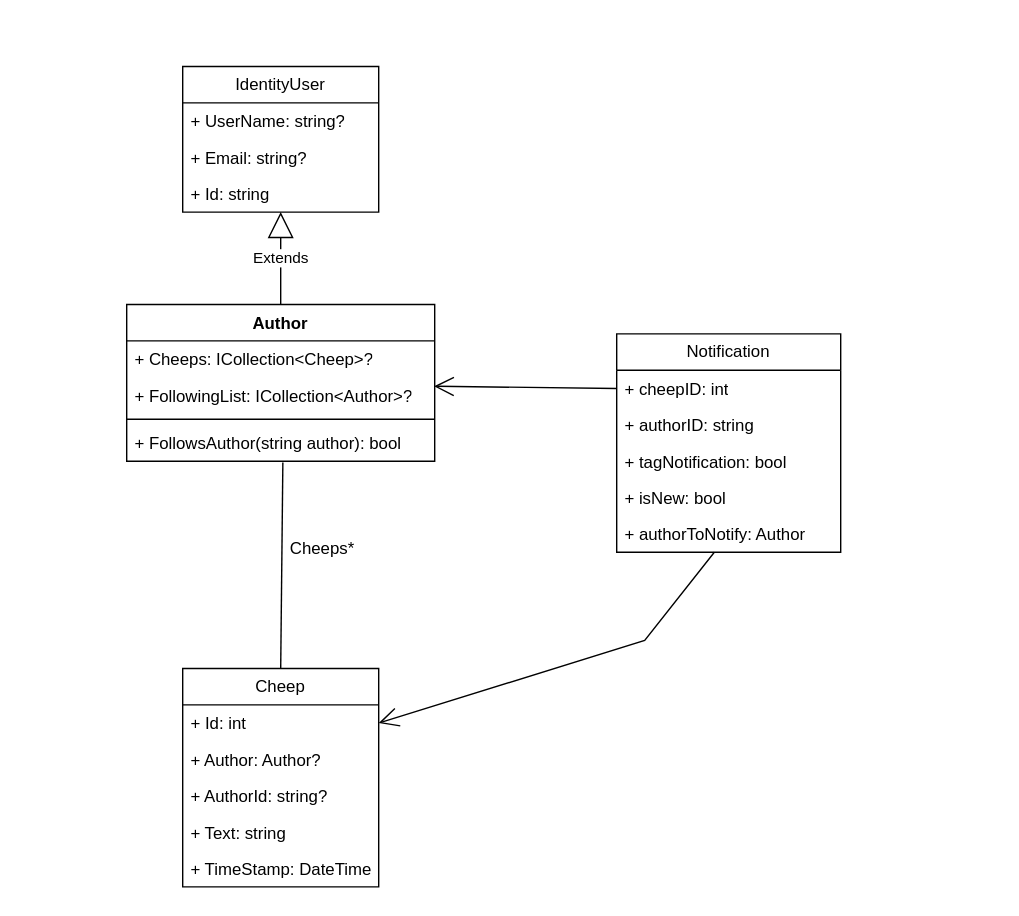
Before: docs/diagrams/domain_model_uml.drawio in ITU-BDSA2024-GROUP26/Chirp, a draw.io diagram. Source tidied: cells renumbered, new cells numbered last; positions are measured from the earlier drawing's top-left corner, leaving out a move shared by most shapes. Both pictures are drawn from the tidied source at 140%, with x=0, y=0 at pixel (126, 66).
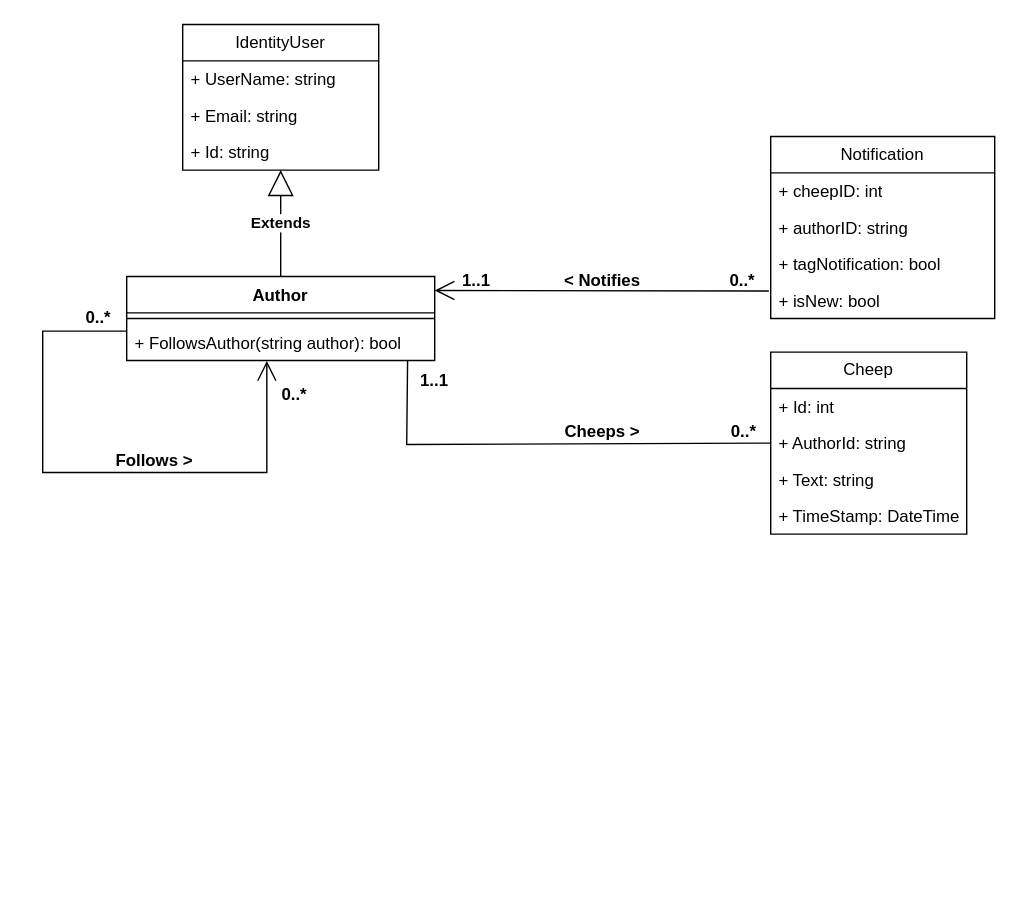
The same diagram, later.

Commit message:
Update domain model uml

The change refers to these unchanged cells:
```xml
<mxCell id="12" value="+ Id: int" style="text;strokeColor=none;fillColor=none;align=left;verticalAlign=top;spacingLeft=4;spacingRight=4;overflow=hidden;points=[[0,0.5],[1,0.5]];portConstraint=eastwest;whiteSpace=wrap;html=1;" parent="11" vertex="1">
  <mxGeometry y="26" width="140" height="26" as="geometry" />
</mxCell>
<mxCell id="21" value="+ isNew: bool" style="text;strokeColor=none;fillColor=none;align=left;verticalAlign=top;spacingLeft=4;spacingRight=4;overflow=hidden;points=[[0,0.5],[1,0.5]];portConstraint=eastwest;whiteSpace=wrap;html=1;" parent="17" vertex="1">
  <mxGeometry y="104" width="160" height="26" as="geometry" />
</mxCell>
```

Diff of the diagram source:
```diff
@@
     <mxCell id="2" value="IdentityUser" style="swimlane;fontStyle=0;horizontal=1;startSize=26;fillColor=none;whiteSpace=wrap;html=1;" parent="1" vertex="1">
-      <mxGeometry x="40" width="140" height="104" as="geometry" />
+      <mxGeometry x="40" y="-30" width="140" height="104" as="geometry" />
     </mxCell>
-    <mxCell id="3" value="+ UserName: string?" style="text;strokeColor=none;fillColor=none;align=left;verticalAlign=top;spacingLeft=4;spacingRight=4;overflow=hidden;whiteSpace=wrap;html=1;" parent="2" vertex="1">
+    <mxCell id="3" value="+ UserName: string" style="text;strokeColor=none;fillColor=none;align=left;verticalAlign=top;spacingLeft=4;spacingRight=4;overflow=hidden;whiteSpace=wrap;html=1;" parent="2" vertex="1">
       <mxGeometry y="26" width="140" height="26" as="geometry" />
     </mxCell>
-    <mxCell id="4" value="+ Email: string?" style="text;strokeColor=none;fillColor=none;align=left;verticalAlign=top;spacingLeft=4;spacingRight=4;overflow=hidden;whiteSpace=wrap;html=1;" parent="2" vertex="1">
+    <mxCell id="4" value="+ Email: string" style="text;strokeColor=none;fillColor=none;align=left;verticalAlign=top;spacingLeft=4;spacingRight=4;overflow=hidden;whiteSpace=wrap;html=1;" parent="2" vertex="1">
       <mxGeometry y="52" width="140" height="26" as="geometry" />
     </mxCell>
@@
     <mxCell id="6" value="Author" style="swimlane;fontStyle=1;align=center;verticalAlign=top;horizontal=1;startSize=26;whiteSpace=wrap;html=1;gradientColor=default;fillColor=none;" parent="1" vertex="1">
-      <mxGeometry y="170" width="220" height="112" as="geometry" />
+      <mxGeometry y="150" width="220" height="60" as="geometry" />
     </mxCell>
-    <mxCell id="7" value="+ Cheeps: ICollection&amp;lt;Cheep&amp;gt;?" style="text;strokeColor=none;fillColor=none;align=left;verticalAlign=top;spacingLeft=4;spacingRight=4;overflow=hidden;whiteSpace=wrap;html=1;" parent="6" vertex="1">
-      <mxGeometry y="26" width="220" height="26" as="geometry" />
-    </mxCell>
-    <mxCell id="8" value="+ FollowingList: ICollection&amp;lt;Author&amp;gt;?" style="text;strokeColor=none;fillColor=none;align=left;verticalAlign=top;spacingLeft=4;spacingRight=4;overflow=hidden;points=[[0,0.5],[1,0.5]];portConstraint=eastwest;whiteSpace=wrap;html=1;" parent="6" vertex="1">
-      <mxGeometry y="52" width="220" height="26" as="geometry" />
-    </mxCell>
     <mxCell id="9" style="line;strokeWidth=1;fillColor=none;align=left;verticalAlign=middle;spacingTop=-1;spacingLeft=3;spacingRight=3;labelPosition=right;strokeColor=inherit;" parent="6" vertex="1">
-      <mxGeometry y="78" width="220" height="8" as="geometry" />
+      <mxGeometry y="26" width="220" height="8" as="geometry" />
     </mxCell>
     <mxCell id="10" value="+ FollowsAuthor(string author): bool" style="text;strokeColor=none;fillColor=none;align=left;verticalAlign=top;spacingLeft=4;spacingRight=4;overflow=hidden;points=[[0,0.5],[1,0.5]];portConstraint=eastwest;whiteSpace=wrap;html=1;" parent="6" vertex="1">
-      <mxGeometry y="86" width="220" height="26" as="geometry" />
+      <mxGeometry y="34" width="220" height="26" as="geometry" />
     </mxCell>
+    <mxCell id="28" style="endArrow=open;endFill=1;endSize=12;html=1;rounded=0;exitX=0;exitY=0.5;exitDx=0;exitDy=0;edgeStyle=orthogonalEdgeStyle;entryX=0.455;entryY=1.013;entryDx=0;entryDy=0;entryPerimeter=0;" parent="6" edge="1" target="10">
+      <mxGeometry relative="1" as="geometry">
+        <mxPoint y="39" as="sourcePoint" />
+        <Array as="points">
+          <mxPoint x="-60" y="39" />
+          <mxPoint x="-60" y="140" />
+          <mxPoint x="100" y="140" />
+        </Array>
+      </mxGeometry>
+    </mxCell>
     <mxCell id="11" value="Cheep" style="swimlane;fontStyle=0;horizontal=1;startSize=26;fillColor=none;whiteSpace=wrap;html=1;" parent="1" vertex="1">
-      <mxGeometry x="40" y="430" width="140" height="156" as="geometry" />
+      <mxGeometry x="460" y="204" width="140" height="130" as="geometry" />
     </mxCell>
@@
-    <mxCell id="13" value="+ Author: Author?" style="text;strokeColor=none;fillColor=none;align=left;verticalAlign=top;spacingLeft=4;spacingRight=4;overflow=hidden;whiteSpace=wrap;html=1;" parent="11" vertex="1">
-      <mxGeometry y="52" width="140" height="26" as="geometry" />
-    </mxCell>
-    <mxCell id="14" value="+ AuthorId: string?" style="text;strokeColor=none;fillColor=none;align=left;verticalAlign=top;spacingLeft=4;spacingRight=4;overflow=hidden;points=[[0,0.5],[1,0.5]];portConstraint=eastwest;whiteSpace=wrap;html=1;" parent="11" vertex="1">
-      <mxGeometry y="78" width="140" height="26" as="geometry" />
+    <mxCell id="14" value="+ AuthorId: string" style="text;strokeColor=none;fillColor=none;align=left;verticalAlign=top;spacingLeft=4;spacingRight=4;overflow=hidden;points=[[0,0.5],[1,0.5]];portConstraint=eastwest;whiteSpace=wrap;html=1;" parent="11" vertex="1">
+      <mxGeometry y="52" width="140" height="26" as="geometry" />
     </mxCell>
     <mxCell id="15" value="+ Text: string" style="text;strokeColor=none;fillColor=none;align=left;verticalAlign=top;spacingLeft=4;spacingRight=4;overflow=hidden;whiteSpace=wrap;html=1;" parent="11" vertex="1">
-      <mxGeometry y="104" width="140" height="26" as="geometry" />
+      <mxGeometry y="78" width="140" height="26" as="geometry" />
     </mxCell>
     <mxCell id="16" value="+ TimeStamp: DateTime" style="text;strokeColor=none;fillColor=none;align=left;verticalAlign=top;spacingLeft=4;spacingRight=4;overflow=hidden;whiteSpace=wrap;html=1;" parent="11" vertex="1">
-      <mxGeometry y="130" width="140" height="26" as="geometry" />
+      <mxGeometry y="104" width="140" height="26" as="geometry" />
     </mxCell>
     <mxCell id="17" value="Notification" style="swimlane;fontStyle=0;horizontal=1;startSize=26;fillColor=none;whiteSpace=wrap;html=1;" parent="1" vertex="1">
-      <mxGeometry x="350" y="191" width="160" height="156" as="geometry" />
+      <mxGeometry x="460" y="50" width="160" height="130" as="geometry" />
     </mxCell>
@@
-    <mxCell id="22" value="+ authorToNotify: Author" style="text;strokeColor=none;fillColor=none;align=left;verticalAlign=top;spacingLeft=4;spacingRight=4;overflow=hidden;points=[[0,0.5],[1,0.5]];portConstraint=eastwest;whiteSpace=wrap;html=1;" parent="17" vertex="1">
-      <mxGeometry y="130" width="160" height="26" as="geometry" />
-    </mxCell>
-    <mxCell id="23" value="Extends" style="endArrow=block;endSize=16;endFill=0;html=1;rounded=0;exitX=0.5;exitY=0;exitDx=0;exitDy=0;" parent="1" edge="1" source="6" target="2">
+    <mxCell id="23" value="&lt;b&gt;Extends&lt;/b&gt;" style="endArrow=block;endSize=16;endFill=0;html=1;rounded=0;exitX=0.5;exitY=0;exitDx=0;exitDy=0;" parent="1" edge="1" source="6" target="2">
       <mxGeometry relative="1" as="geometry" />
     </mxCell>
-    <mxCell id="24" style="endArrow=none;html=1;rounded=0;exitX=0.507;exitY=1.031;exitDx=0;exitDy=0;exitPerimeter=0;entryX=0.5;entryY=0;entryDx=0;entryDy=0;enumerate=0;" parent="1" edge="1" source="10" target="11">
-      <mxGeometry relative="1" as="geometry" />
+    <mxCell id="24" style="endArrow=none;html=1;rounded=0;entryX=0;entryY=0.5;entryDx=0;entryDy=0;enumerate=0;exitX=0.912;exitY=1.013;exitDx=0;exitDy=0;exitPerimeter=0;" parent="1" edge="1" source="10" target="14">
+      <mxGeometry relative="1" as="geometry">
+        <Array as="points">
+          <mxPoint x="200" y="270" />
+        </Array>
+      </mxGeometry>
     </mxCell>
-    <mxCell id="25" style="endArrow=open;endFill=1;endSize=12;html=1;rounded=0;exitX=0;exitY=0.25;exitDx=0;exitDy=0;entryX=0.998;entryY=0.246;entryDx=0;entryDy=0;entryPerimeter=0;" parent="1" edge="1" source="17" target="8">
-      <mxGeometry relative="1" as="geometry" />
-    </mxCell>
-    <mxCell id="26" style="endArrow=open;endFill=1;endSize=12;html=1;rounded=0;entryX=1;entryY=0.5;entryDx=0;entryDy=0;" parent="1" edge="1" source="22" target="12">
-      <mxGeometry relative="1" as="geometry">
-        <Array as="points">
-          <mxPoint x="370" y="410" />
-        </Array>
-      </mxGeometry>
-    </mxCell>
-    <mxCell id="27" value="Cheeps*" style="text;strokeColor=none;align=center;fillColor=none;html=1;verticalAlign=middle;whiteSpace=wrap;rounded=0;" parent="1" vertex="1">
-      <mxGeometry x="110" y="330" width="60" height="30" as="geometry" />
-    </mxCell>
+    <mxCell id="29" value="&lt;b&gt;Cheeps &amp;gt;&lt;/b&gt;" style="text;strokeColor=none;align=center;fillColor=none;html=1;verticalAlign=middle;whiteSpace=wrap;rounded=0;rotation=0;" parent="1" vertex="1">
+      <mxGeometry x="310" y="246" width="60" height="30" as="geometry" />
+    </mxCell>
+    <mxCell id="30" value="&lt;b&gt;&amp;lt; Notifies&lt;/b&gt;" style="text;strokeColor=none;align=center;fillColor=none;html=1;verticalAlign=middle;whiteSpace=wrap;rounded=0;rotation=0;" parent="1" vertex="1">
+      <mxGeometry x="290" y="138" width="100" height="30" as="geometry" />
+    </mxCell>
+    <mxCell id="31" style="endArrow=open;endFill=1;endSize=12;html=1;rounded=0;exitX=-0.008;exitY=0.244;exitDx=0;exitDy=0;exitPerimeter=0;" parent="1" edge="1" source="21">
+      <mxGeometry relative="1" as="geometry">
+        <mxPoint x="220" y="160" as="targetPoint" />
+      </mxGeometry>
+    </mxCell>
+    <mxCell id="32" value="&lt;b&gt;1..1&lt;/b&gt;" style="text;strokeColor=none;align=center;fillColor=none;html=1;verticalAlign=middle;whiteSpace=wrap;rounded=0;" parent="1" vertex="1">
+      <mxGeometry x="190" y="210" width="60" height="30" as="geometry" />
+    </mxCell>
+    <mxCell id="33" value="&lt;b&gt;0..*&lt;/b&gt;" style="text;strokeColor=none;align=center;fillColor=none;html=1;verticalAlign=middle;whiteSpace=wrap;rounded=0;" parent="1" vertex="1">
+      <mxGeometry x="411" y="246" width="60" height="30" as="geometry" />
+    </mxCell>
+    <mxCell id="34" value="&lt;b&gt;0..*&lt;/b&gt;" style="text;strokeColor=none;align=center;fillColor=none;html=1;verticalAlign=middle;whiteSpace=wrap;rounded=0;" parent="1" vertex="1">
+      <mxGeometry x="410" y="138" width="60" height="30" as="geometry" />
+    </mxCell>
+    <mxCell id="35" value="&lt;b&gt;1..1&lt;/b&gt;" style="text;strokeColor=none;align=center;fillColor=none;html=1;verticalAlign=middle;whiteSpace=wrap;rounded=0;" parent="1" vertex="1">
+      <mxGeometry x="220" y="138" width="60" height="30" as="geometry" />
+    </mxCell>
+    <mxCell id="36" value="&lt;b&gt;Follows &amp;gt;&lt;/b&gt;" style="text;strokeColor=none;align=center;fillColor=none;html=1;verticalAlign=middle;whiteSpace=wrap;rounded=0;rotation=0;" parent="1" vertex="1">
+      <mxGeometry x="-10" y="267" width="60" height="30" as="geometry" />
+    </mxCell>
+    <mxCell id="37" value="&lt;b&gt;0..*&lt;/b&gt;" style="text;strokeColor=none;align=center;fillColor=none;html=1;verticalAlign=middle;whiteSpace=wrap;rounded=0;" parent="1" vertex="1">
+      <mxGeometry x="90" y="220" width="60" height="30" as="geometry" />
+    </mxCell>
+    <mxCell id="38" value="&lt;b&gt;0..*&lt;/b&gt;" style="text;strokeColor=none;align=center;fillColor=none;html=1;verticalAlign=middle;whiteSpace=wrap;rounded=0;" parent="1" vertex="1">
+      <mxGeometry x="-50" y="165" width="60" height="30" as="geometry" />
+    </mxCell>
```
